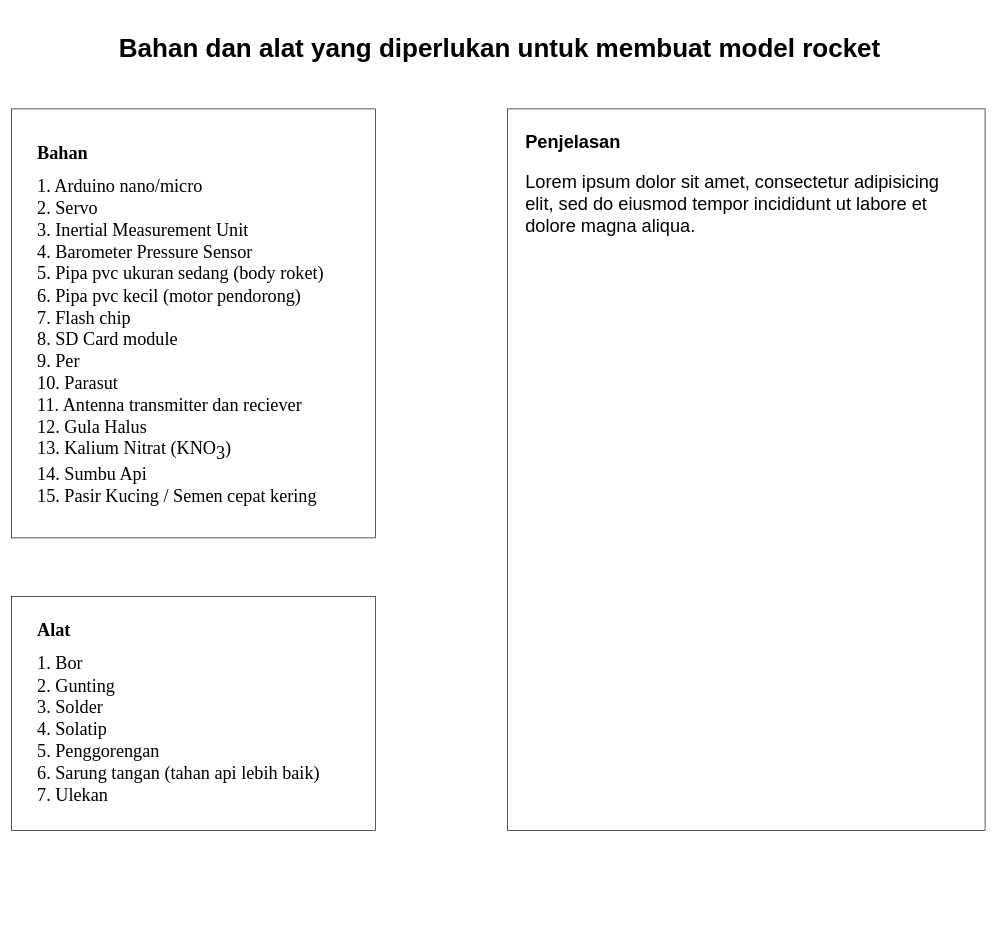
The draw.io diagram Alat dan Bahan.drawio in reacto11mecha/draft-model-rocket, before the edit. Source tidied: cells renumbered, new cells numbered last; positions are measured from the earlier drawing's top-left corner, leaving out a move shared by most shapes. Both pictures are drawn from the tidied source at 65%, with x=0, y=0 at pixel (11, 11).
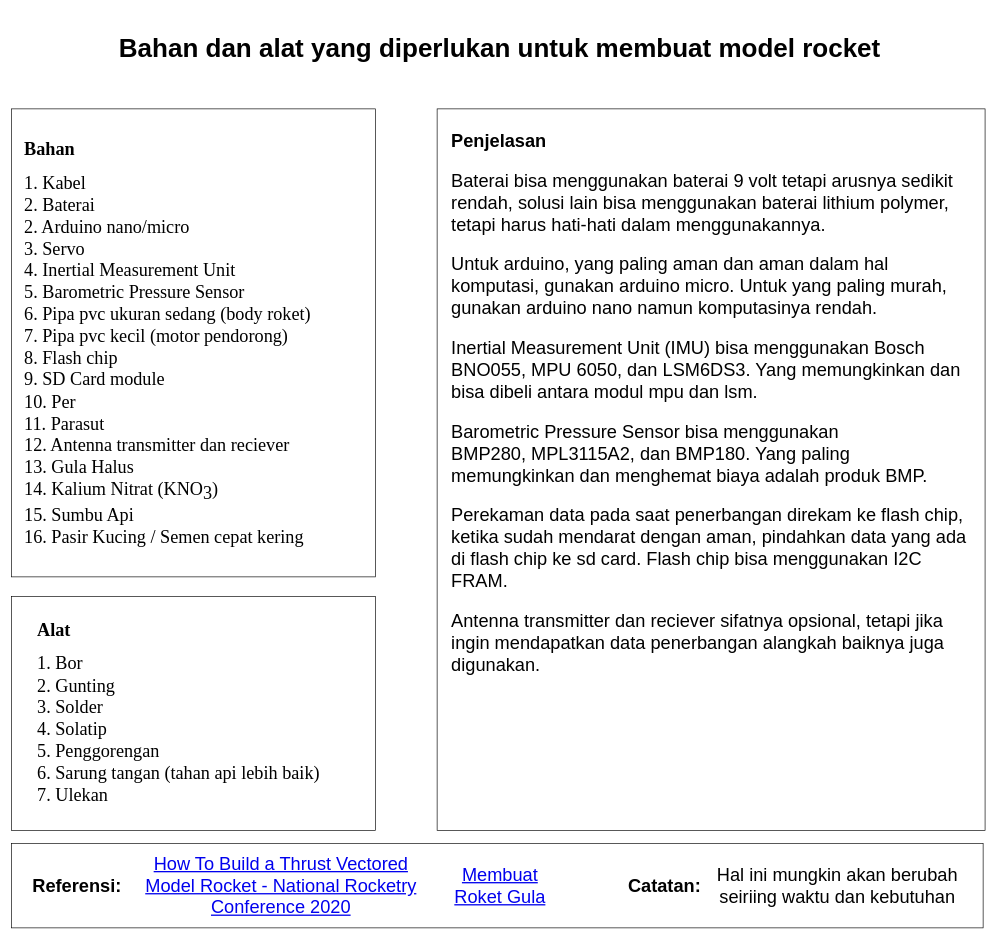
Above is the later version.

Commit message (it also covers changes not shown here):
Menambahkan penjelasan dan referensi

Change to the diagram source:
```diff
@@
 <mxGraphModel>
   <root>
     <mxCell id="0" />
     <mxCell id="1" parent="0" />
     <mxCell id="2" style="rounded=0;whiteSpace=wrap;html=1;fontSize=28;" parent="1" vertex="1">
-      <mxGeometry y="150" width="560" height="660" as="geometry" />
+      <mxGeometry y="150" width="560" height="720" as="geometry" />
     </mxCell>
     <mxCell id="3" value="&lt;h2&gt;&lt;font style=&quot;font-size: 40px&quot;&gt;Bahan dan alat yang diperlukan untuk membuat model rocket&lt;/font&gt;&lt;/h2&gt;" style="text;html=1;strokeColor=none;fillColor=none;align=center;verticalAlign=middle;whiteSpace=wrap;rounded=0;" parent="1" vertex="1">
       <mxGeometry width="1503" height="110" as="geometry" />
     </mxCell>
-    <mxCell id="4" value="&lt;h1 style=&quot;font-size: 28px;&quot;&gt;Bahan&lt;/h1&gt;&lt;div style=&quot;font-size: 28px;&quot;&gt;1. Arduino nano/micro&lt;/div&gt;&lt;div style=&quot;font-size: 28px;&quot;&gt;2. Servo&lt;/div&gt;&lt;div style=&quot;font-size: 28px;&quot;&gt;3. Inertial Measurement Unit&lt;/div&gt;&lt;div style=&quot;font-size: 28px;&quot;&gt;4. Barometer Pressure Sensor&lt;/div&gt;&lt;div style=&quot;font-size: 28px;&quot;&gt;5. Pipa pvc ukuran sedang (body roket)&lt;/div&gt;&lt;div style=&quot;font-size: 28px;&quot;&gt;6. Pipa pvc kecil (motor pendorong)&lt;/div&gt;&lt;div style=&quot;font-size: 28px;&quot;&gt;7. Flash chip&lt;/div&gt;&lt;div style=&quot;font-size: 28px;&quot;&gt;8. SD Card module&lt;/div&gt;&lt;div style=&quot;font-size: 28px;&quot;&gt;9. Per&lt;/div&gt;&lt;div style=&quot;font-size: 28px;&quot;&gt;10. Parasut&lt;/div&gt;&lt;div style=&quot;font-size: 28px;&quot;&gt;11. Antenna transmitter dan reciever&lt;/div&gt;&lt;div style=&quot;font-size: 28px;&quot;&gt;12. Gula Halus&lt;/div&gt;&lt;div style=&quot;font-size: 28px;&quot;&gt;13. Kalium Nitrat&amp;nbsp;&lt;span style=&quot;font-family: inherit; font-style: inherit; font-weight: inherit; font-size: 28px;&quot;&gt;(KNO&lt;/span&gt;&lt;sub style=&quot;background: none; font-family: inherit; font-style: inherit; font-variant: inherit; font-weight: inherit; margin: 0px; padding: 0px; border: 0px; font-stretch: inherit; line-height: inherit; font-size: 28px;&quot;&gt;3&lt;/sub&gt;&lt;span style=&quot;font-family: inherit; font-style: inherit; font-weight: inherit; font-size: 28px;&quot;&gt;)&lt;/span&gt;&lt;/div&gt;&lt;div style=&quot;font-size: 28px;&quot;&gt;&lt;span style=&quot;font-size: 28px;&quot;&gt;14. Sumbu Api&lt;/span&gt;&lt;/div&gt;&lt;div style=&quot;font-size: 28px;&quot;&gt;15. Pasir Kucing / Semen cepat kering&lt;/div&gt;" style="text;html=1;strokeColor=none;fillColor=none;spacing=5;spacingTop=-20;whiteSpace=wrap;overflow=hidden;rounded=0;fontFamily=Times New Roman;fontSize=28;" parent="1" vertex="1">
-      <mxGeometry x="35" y="191.6" width="490" height="576.9" as="geometry" />
+    <mxCell id="4" value="&lt;h1 style=&quot;font-size: 28px&quot;&gt;Bahan&lt;/h1&gt;&lt;div style=&quot;font-size: 28px&quot;&gt;1. Kabel&lt;/div&gt;&lt;div style=&quot;font-size: 28px&quot;&gt;2. Baterai&lt;/div&gt;&lt;div style=&quot;font-size: 28px&quot;&gt;2. Arduino nano/micro&lt;/div&gt;&lt;div style=&quot;font-size: 28px&quot;&gt;3. Servo&lt;/div&gt;&lt;div style=&quot;font-size: 28px&quot;&gt;4. Inertial Measurement Unit&lt;/div&gt;&lt;div style=&quot;font-size: 28px&quot;&gt;5. Barometric Pressure Sensor&lt;/div&gt;&lt;div style=&quot;font-size: 28px&quot;&gt;6. Pipa pvc ukuran sedang (body roket)&lt;/div&gt;&lt;div style=&quot;font-size: 28px&quot;&gt;7. Pipa pvc kecil (motor pendorong)&lt;/div&gt;&lt;div style=&quot;font-size: 28px&quot;&gt;8. Flash chip&lt;/div&gt;&lt;div style=&quot;font-size: 28px&quot;&gt;9. SD Card module&lt;/div&gt;&lt;div style=&quot;font-size: 28px&quot;&gt;10. Per&lt;/div&gt;&lt;div style=&quot;font-size: 28px&quot;&gt;11. Parasut&lt;/div&gt;&lt;div style=&quot;font-size: 28px&quot;&gt;12. Antenna transmitter dan reciever&lt;/div&gt;&lt;div style=&quot;font-size: 28px&quot;&gt;13. Gula Halus&lt;/div&gt;&lt;div style=&quot;font-size: 28px&quot;&gt;14. Kalium Nitrat&amp;nbsp;&lt;span style=&quot;font-family: inherit ; font-style: inherit ; font-weight: inherit ; font-size: 28px&quot;&gt;(KNO&lt;/span&gt;&lt;sub style=&quot;background: none ; font-family: inherit ; font-style: inherit ; font-variant: inherit ; font-weight: inherit ; margin: 0px ; padding: 0px ; border: 0px ; font-stretch: inherit ; line-height: inherit ; font-size: 28px&quot;&gt;3&lt;/sub&gt;&lt;span style=&quot;font-family: inherit ; font-style: inherit ; font-weight: inherit ; font-size: 28px&quot;&gt;)&lt;/span&gt;&lt;/div&gt;&lt;div style=&quot;font-size: 28px&quot;&gt;&lt;span style=&quot;font-size: 28px&quot;&gt;15. Sumbu Api&lt;/span&gt;&lt;/div&gt;&lt;div style=&quot;font-size: 28px&quot;&gt;16. Pasir Kucing / Semen cepat kering&lt;/div&gt;" style="text;html=1;strokeColor=none;fillColor=none;spacing=5;spacingTop=-20;whiteSpace=wrap;overflow=hidden;rounded=0;fontFamily=Times New Roman;fontSize=28;" parent="1" vertex="1">
+      <mxGeometry x="15" y="187" width="530" height="646" as="geometry" />
     </mxCell>
     <mxCell id="5" style="rounded=0;whiteSpace=wrap;html=1;fontSize=28;" parent="1" vertex="1">
       <mxGeometry y="900" width="560" height="360" as="geometry" />
     </mxCell>
     <mxCell id="6" value="&lt;h1 style=&quot;font-size: 28px;&quot;&gt;&lt;span style=&quot;font-size: 28px;&quot;&gt;Alat&lt;/span&gt;&lt;/h1&gt;&lt;div style=&quot;font-size: 28px;&quot;&gt;1. Bor&lt;/div&gt;&lt;div style=&quot;font-size: 28px;&quot;&gt;2. Gunting&lt;/div&gt;&lt;div style=&quot;font-size: 28px;&quot;&gt;3. Solder&lt;/div&gt;&lt;div style=&quot;font-size: 28px;&quot;&gt;4. Solatip&lt;/div&gt;&lt;div style=&quot;font-size: 28px;&quot;&gt;5. Penggorengan&lt;/div&gt;&lt;div style=&quot;font-size: 28px;&quot;&gt;6. Sarung tangan (tahan api lebih baik)&lt;/div&gt;&lt;div style=&quot;font-size: 28px;&quot;&gt;7. Ulekan&lt;/div&gt;" style="text;html=1;strokeColor=none;fillColor=none;spacing=5;spacingTop=-20;whiteSpace=wrap;overflow=hidden;rounded=0;fontFamily=Times New Roman;strokeWidth=3;perimeterSpacing=3;fontSize=28;" parent="1" vertex="1">
       <mxGeometry x="35" y="926.2" width="490" height="307.5" as="geometry" />
     </mxCell>
     <mxCell id="7" style="rounded=0;whiteSpace=wrap;html=1;fontSize=28;" parent="1" vertex="1">
-      <mxGeometry x="763" y="150" width="735" height="1110" as="geometry" />
+      <mxGeometry x="655" y="150" width="843" height="1110" as="geometry" />
     </mxCell>
-    <mxCell id="8" value="&lt;h1 style=&quot;font-size: 28px&quot;&gt;Penjelasan&lt;/h1&gt;&lt;p style=&quot;font-size: 28px&quot;&gt;Lorem ipsum dolor sit amet, consectetur adipisicing elit, sed do eiusmod tempor incididunt ut labore et dolore magna aliqua.&lt;/p&gt;" style="text;html=1;strokeColor=none;fillColor=none;spacing=5;spacingTop=-20;whiteSpace=wrap;overflow=hidden;rounded=0;fontSize=28;" parent="1" vertex="1">
-      <mxGeometry x="785.5" y="176" width="690" height="1028.4" as="geometry" />
+    <mxCell id="8" value="&lt;h1 style=&quot;font-size: 28px&quot;&gt;Penjelasan&lt;/h1&gt;&lt;p style=&quot;font-size: 28px&quot;&gt;Baterai bisa menggunakan baterai 9 volt tetapi arusnya sedikit rendah, solusi lain bisa menggunakan baterai lithium polymer, tetapi harus hati-hati dalam menggunakannya.&lt;/p&gt;&lt;p style=&quot;font-size: 28px&quot;&gt;&lt;span&gt;Untuk arduino, yang paling aman dan aman dalam hal komputasi, gunakan arduino micro. Untuk yang paling murah, gunakan arduino nano namun komputasinya rendah.&lt;/span&gt;&lt;br&gt;&lt;/p&gt;&lt;p style=&quot;font-size: 28px&quot;&gt;Inertial Measurement Unit (IMU) bisa menggunakan Bosch BNO055,&amp;nbsp;MPU 6050, dan LSM6DS3. Yang memungkinkan dan bisa dibeli antara modul mpu dan lsm.&lt;/p&gt;&lt;p style=&quot;font-size: 28px&quot;&gt;Barometric Pressure Sensor bisa menggunakan BMP280,&amp;nbsp;MPL3115A2, dan&amp;nbsp;BMP180. Yang paling memungkinkan dan menghemat biaya adalah produk BMP.&lt;/p&gt;&lt;p style=&quot;font-size: 28px&quot;&gt;Perekaman data pada saat penerbangan direkam ke flash chip, ketika sudah mendarat dengan aman, pindahkan data yang ada di flash chip ke sd card. Flash chip bisa menggunakan I2C FRAM.&lt;/p&gt;&lt;p style=&quot;font-size: 28px&quot;&gt;Antenna transmitter dan reciever sifatnya opsional, tetapi jika ingin mendapatkan data penerbangan alangkah baiknya juga digunakan.&lt;/p&gt;" style="text;html=1;strokeColor=none;fillColor=none;spacing=5;spacingTop=-20;whiteSpace=wrap;overflow=hidden;rounded=0;fontSize=28;" parent="1" vertex="1">
+      <mxGeometry x="671.5" y="174" width="810" height="1062" as="geometry" />
     </mxCell>
+    <mxCell id="9" style="rounded=0;whiteSpace=wrap;html=1;" parent="1" vertex="1">
+      <mxGeometry y="1280" width="1495" height="130" as="geometry" />
+    </mxCell>
+    <mxCell id="10" value="&lt;span style=&quot;font-size: 28px&quot;&gt;&lt;b&gt;Referensi:&amp;nbsp;&lt;/b&gt;&lt;/span&gt;" style="text;html=1;strokeColor=none;fillColor=none;align=center;verticalAlign=middle;whiteSpace=wrap;rounded=0;" parent="1" vertex="1">
+      <mxGeometry x="35" y="1330" width="140" height="30" as="geometry" />
+    </mxCell>
+    <mxCell id="11" value="&lt;a href=&quot;https://www.youtube.com/watch?v=4cw9K9yuIyU&quot;&gt;How To Build a Thrust Vectored Model Rocket - National Rocketry Conference 2020&lt;/a&gt;" style="text;html=1;strokeColor=none;fillColor=none;align=center;verticalAlign=middle;whiteSpace=wrap;rounded=0;fontSize=28;" parent="1" vertex="1">
+      <mxGeometry x="195" y="1285" width="440" height="120" as="geometry" />
+    </mxCell>
+    <mxCell id="12" value="&lt;a href=&quot;https://id.wikihow.com/Membuat-Roket-Gula&quot;&gt;Membuat Roket Gula&lt;/a&gt;" style="text;html=1;strokeColor=none;fillColor=none;align=center;verticalAlign=middle;whiteSpace=wrap;rounded=0;fontSize=28;" parent="1" vertex="1">
+      <mxGeometry x="674.8" y="1290" width="153.5" height="110" as="geometry" />
+    </mxCell>
+    <mxCell id="13" value="&lt;span style=&quot;font-size: 28px&quot;&gt;&lt;b&gt;Catatan:&lt;/b&gt;&lt;/span&gt;" style="text;html=1;strokeColor=none;fillColor=none;align=center;verticalAlign=middle;whiteSpace=wrap;rounded=0;" parent="1" vertex="1">
+      <mxGeometry x="935" y="1330" width="140" height="30" as="geometry" />
+    </mxCell>
+    <mxCell id="14" value="Hal ini mungkin akan berubah seiriing waktu dan kebutuhan" style="text;html=1;strokeColor=none;fillColor=none;align=center;verticalAlign=middle;whiteSpace=wrap;rounded=0;fontSize=28;" parent="1" vertex="1">
+      <mxGeometry x="1075" y="1300" width="392" height="90" as="geometry" />
+    </mxCell>
   </root>
 </mxGraphModel>
```
